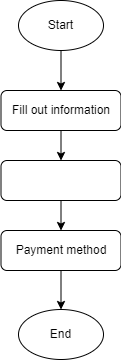
Before: flow/reservation.drawio.png, a diagram exported from draw.io (alOletres/pokemon). Source tidied: cells renumbered, new cells last; positions are measured from the earlier drawing's top-left corner, leaving out a move shared by most shapes. Source of this version:
```xml
<mxGraphModel>
  <root>
    <mxCell id="0" />
    <mxCell id="1" parent="0" />
    <mxCell id="2" style="edgeStyle=none;html=1;exitX=0.5;exitY=1;exitDx=0;exitDy=0;entryX=0.5;entryY=0;entryDx=0;entryDy=0;" parent="1" edge="1" source="3" target="5">
      <mxGeometry relative="1" as="geometry" />
    </mxCell>
    <mxCell id="3" value="Start" style="ellipse;whiteSpace=wrap;html=1;" parent="1" vertex="1">
      <mxGeometry x="17" width="85" height="50" as="geometry" />
    </mxCell>
    <mxCell id="4" style="edgeStyle=none;html=1;exitX=0.5;exitY=1;exitDx=0;exitDy=0;entryX=0.5;entryY=0;entryDx=0;entryDy=0;" parent="1" edge="1" source="5" target="7">
      <mxGeometry relative="1" as="geometry" />
    </mxCell>
    <mxCell id="5" value="Fill out information" style="rounded=1;whiteSpace=wrap;html=1;" parent="1" vertex="1">
      <mxGeometry x="-0.5" y="90" width="120" height="40" as="geometry" />
    </mxCell>
    <mxCell id="6" style="edgeStyle=none;html=1;exitX=0.5;exitY=1;exitDx=0;exitDy=0;entryX=0.5;entryY=0;entryDx=0;entryDy=0;" parent="1" edge="1" source="7" target="9">
      <mxGeometry relative="1" as="geometry" />
    </mxCell>
    <mxCell id="7" style="rounded=1;whiteSpace=wrap;html=1;" parent="1" vertex="1">
      <mxGeometry x="-0.5" y="160" width="120" height="40" as="geometry" />
    </mxCell>
    <mxCell id="8" style="edgeStyle=none;html=1;exitX=0.5;exitY=1;exitDx=0;exitDy=0;entryX=0.5;entryY=0;entryDx=0;entryDy=0;" parent="1" edge="1" source="9" target="10">
      <mxGeometry relative="1" as="geometry" />
    </mxCell>
    <mxCell id="9" value="Payment method" style="rounded=1;whiteSpace=wrap;html=1;" parent="1" vertex="1">
      <mxGeometry x="-0.5" y="230" width="120" height="40" as="geometry" />
    </mxCell>
    <mxCell id="10" value="End" style="ellipse;whiteSpace=wrap;html=1;" parent="1" vertex="1">
      <mxGeometry x="17" y="309" width="85" height="50" as="geometry" />
    </mxCell>
  </root>
</mxGraphModel>
```
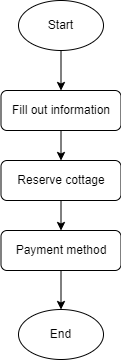
The same diagram one commit later.

Commit message:
home page changes

The edit, as a diff of the source:
```diff
@@ -17,7 +17,7 @@
     <mxCell id="6" style="edgeStyle=none;html=1;exitX=0.5;exitY=1;exitDx=0;exitDy=0;entryX=0.5;entryY=0;entryDx=0;entryDy=0;" parent="1" edge="1" source="7" target="9">
       <mxGeometry relative="1" as="geometry" />
     </mxCell>
-    <mxCell id="7" style="rounded=1;whiteSpace=wrap;html=1;" parent="1" vertex="1">
+    <mxCell id="7" value="Reserve cottage" style="rounded=1;whiteSpace=wrap;html=1;" parent="1" vertex="1">
       <mxGeometry x="-0.5" y="160" width="120" height="40" as="geometry" />
     </mxCell>
     <mxCell id="8" style="edgeStyle=none;html=1;exitX=0.5;exitY=1;exitDx=0;exitDy=0;entryX=0.5;entryY=0;entryDx=0;entryDy=0;" parent="1" edge="1" source="9" target="10">
```
